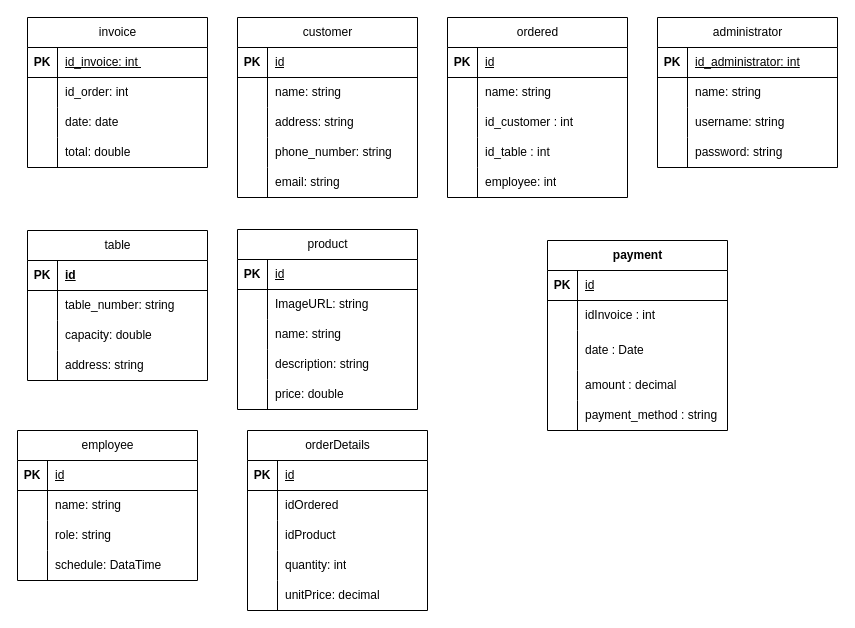
Earlier version of the draw.io diagram page "ER" (2 of 3) of Documents/Diagrama sin título.drawio (KevinAlvarezD/RestAdmin). Source tidied: cells renumbered, new cells numbered last; positions are measured from the earlier drawing's top-left corner, leaving out a move shared by most shapes. Both pictures are drawn from the tidied source at 100%, with x=0, y=0 at pixel (17, 17).
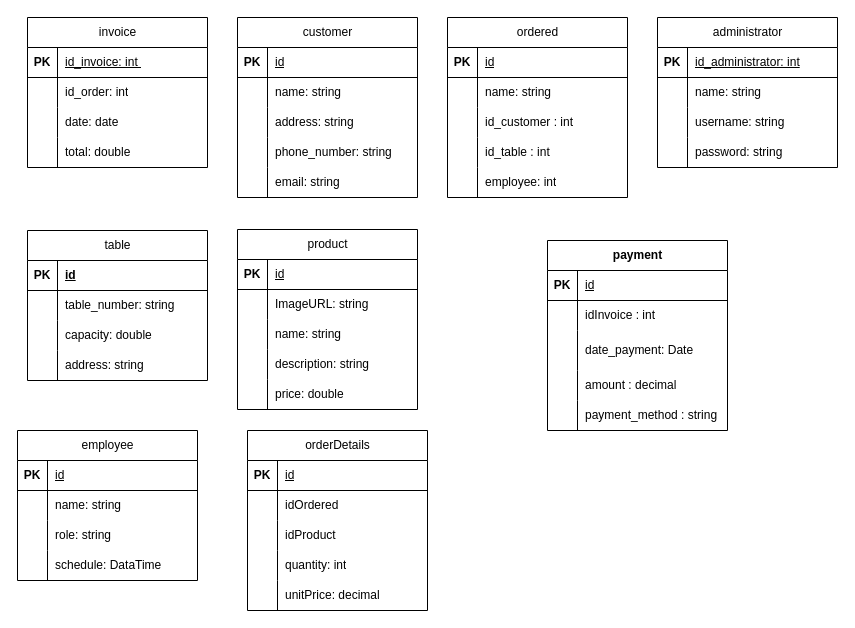
After the change.

Unchanged cells that the change refers to:
```xml
<mxCell id="83" style="shape=tableRow;horizontal=0;startSize=0;swimlaneHead=0;swimlaneBody=0;fillColor=none;top=0;left=0;right=0;bottom=0;" parent="76" vertex="1">
  <mxGeometry y="90" width="180" height="40" as="geometry" />
</mxCell>
```

Diff of the diagram source:
```diff
@@
-    <mxCell id="85" value="&lt;span style=&quot;text-wrap: nowrap;&quot;&gt;date : Date&lt;/span&gt;" style="shape=partialRectangle;fillColor=none;top=0;left=0;bottom=0;right=0;align=left;spacingLeft=6;overflow=hidden;whiteSpace=wrap;html=1;" parent="83" vertex="1">
+    <mxCell id="85" value="&lt;span style=&quot;text-wrap: nowrap;&quot;&gt;date_payment: Date&lt;/span&gt;" style="shape=partialRectangle;fillColor=none;top=0;left=0;bottom=0;right=0;align=left;spacingLeft=6;overflow=hidden;whiteSpace=wrap;html=1;" parent="83" vertex="1">
       <mxGeometry x="30" width="150" height="40" as="geometry" />
     </mxCell>
```
